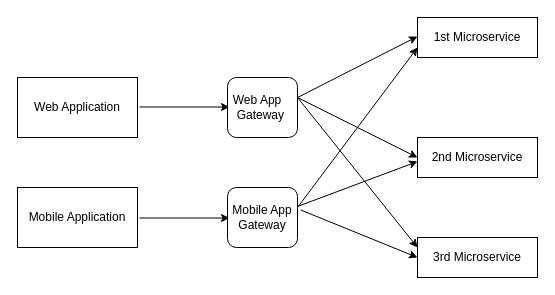
This is BackendForFrontEnd.drawio from rahulpandey1589/solution-diagrams, a draw.io file, before an edit. Source tidied: cells renumbered, new cells numbered last; positions are measured from the earlier drawing's top-left corner, leaving out a move shared by most shapes. Both pictures are drawn from the tidied source at 100%, with x=0, y=0 at pixel (17, 17).
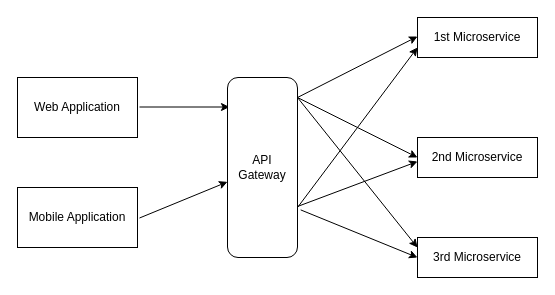
The same diagram, later.

Unchanged cells that the change refers to:
```xml
<mxCell id="10" value="3rd Microservice" style="rounded=0;whiteSpace=wrap;html=1;" parent="1" vertex="1">
  <mxGeometry x="400" y="220" width="120" height="40" as="geometry" />
</mxCell>
```

Change to the diagram source:
```diff
@@
-    <mxCell id="5" style="endArrow=classic;html=1;rounded=0;" parent="1" edge="1">
+    <mxCell id="5" style="endArrow=classic;html=1;rounded=0;" parent="1" edge="1" target="6">
       <mxGeometry relative="1" as="geometry">
         <mxPoint x="122" y="200.5" as="sourcePoint" />
-        <mxPoint x="212" y="200.5" as="targetPoint" />
       </mxGeometry>
     </mxCell>
-    <mxCell id="6" value="Web App&amp;nbsp; &amp;nbsp; Gateway&lt;span style=&quot;white-space: pre&quot;&gt; &lt;/span&gt;" style="rounded=1;whiteSpace=wrap;html=1;" parent="1" vertex="1">
-      <mxGeometry x="210" y="60" width="70" height="60" as="geometry" />
+    <mxCell id="6" value="API Gateway" style="rounded=1;whiteSpace=wrap;html=1;" parent="1" vertex="1">
+      <mxGeometry x="210" y="60" width="70" height="180" as="geometry" />
     </mxCell>
-    <mxCell id="7" value="Mobile App Gateway&lt;br&gt;" style="rounded=1;whiteSpace=wrap;html=1;" parent="1" vertex="1">
-      <mxGeometry x="210" y="170" width="70" height="60" as="geometry" />
-    </mxCell>
@@
-    <mxCell id="16" style="endArrow=classic;html=1;rounded=0;exitX=1.045;exitY=0.374;exitDx=0;exitDy=0;entryX=0;entryY=0.5;entryDx=0;entryDy=0;exitPerimeter=0;" parent="1" edge="1" source="7" target="10">
-      <mxGeometry relative="1" as="geometry" />
+    <mxCell id="16" style="endArrow=classic;html=1;rounded=0;exitX=1.045;exitY=0.374;exitDx=0;exitDy=0;entryX=0;entryY=0.5;entryDx=0;entryDy=0;exitPerimeter=0;" parent="1" edge="1" target="10">
+      <mxGeometry relative="1" as="geometry">
+        <mxPoint x="283.2" y="192.4" as="sourcePoint" />
+      </mxGeometry>
     </mxCell>
```
